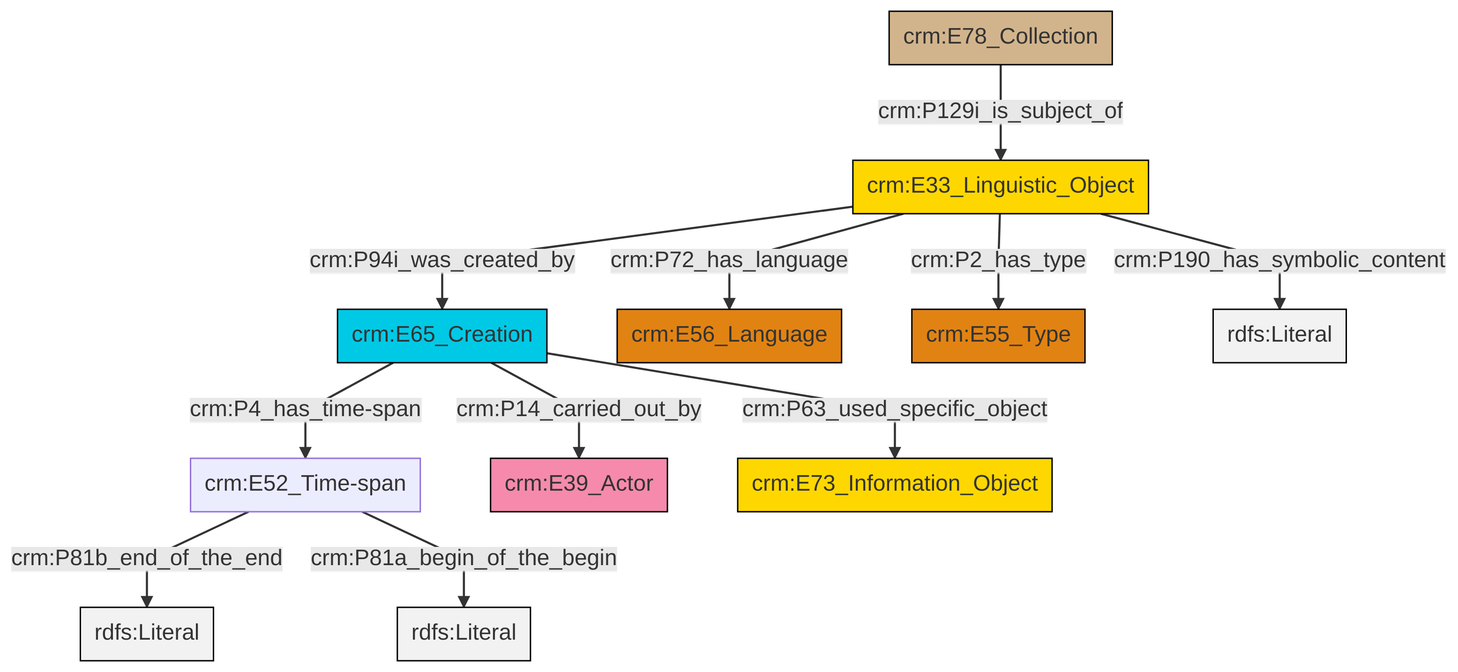
swiss-art-research-net/docs.swissartresearch keeps this Mermaid diagram as et/archivalCSV/ttl/mmd/png/archival_desc.png. Above is the earlier version. Its source is kept beside it as et/archivalCSV/ttl/mmd/archival_desc.ttl.mmd.
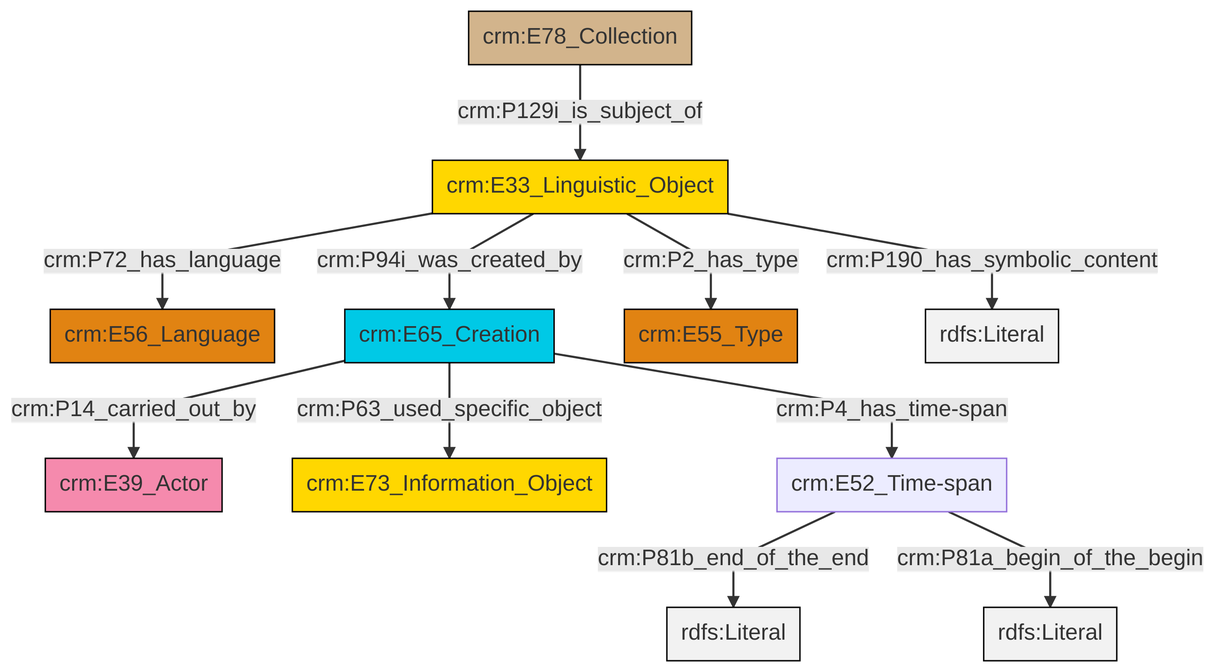
After the commit.

What changed in the source:
```diff
@@ -13,13 +13,13 @@
 classDef PC_Classes fill:#4ce600, stroke:#000000;
 classDef Multi fill:#cccccc,stroke:#000000;
 
-2["crm:E65_Creation"]:::Temporal_Entity -->|crm:P14_carried_out_by| 3["crm:E39_Actor"]:::Actor
-2["crm:E65_Creation"]:::Temporal_Entity -->|crm:P63_used_specific_object| 4["crm:E73_Information_Object"]:::Conceptual_Object
-2["crm:E65_Creation"]:::Temporal_Entity -->|crm:P4_has_time-span| 0["crm:E52_Time-span"]:::Default
-6["crm:E78_Collection"]:::Physical_Thing -->|crm:P129i_is_subject_of| 7["crm:E33_Linguistic_Object"]:::Conceptual_Object
-7["crm:E33_Linguistic_Object"]:::Conceptual_Object -->|crm:P94i_was_created_by| 2["crm:E65_Creation"]:::Temporal_Entity
-7["crm:E33_Linguistic_Object"]:::Conceptual_Object -->|crm:P72_has_language| 8["crm:E56_Language"]:::Type
-7["crm:E33_Linguistic_Object"]:::Conceptual_Object -->|crm:P2_has_type| 11["crm:E55_Type"]:::Type
-0["crm:E52_Time-span"]:::Default -->|crm:P81b_end_of_the_end| 12[rdfs:Literal]:::Literal
-0["crm:E52_Time-span"]:::Default -->|crm:P81a_begin_of_the_begin| 17[rdfs:Literal]:::Literal
-7["crm:E33_Linguistic_Object"]:::Conceptual_Object -->|crm:P190_has_symbolic_content| 18[rdfs:Literal]:::Literal
+6["crm:E65_Creation"]:::Temporal_Entity -->|crm:P63_used_specific_object| 7["crm:E73_Information_Object"]:::Conceptual_Object
+12["crm:E33_Linguistic_Object"]:::Conceptual_Object -->|crm:P72_has_language| 2["crm:E56_Language"]:::Type
+12["crm:E33_Linguistic_Object"]:::Conceptual_Object -->|crm:P190_has_symbolic_content| 13[rdfs:Literal]:::Literal
+10["crm:E52_Time-span"]:::Default -->|crm:P81b_end_of_the_end| 14[rdfs:Literal]:::Literal
+12["crm:E33_Linguistic_Object"]:::Conceptual_Object -->|crm:P94i_was_created_by| 6["crm:E65_Creation"]:::Temporal_Entity
+4["crm:E78_Collection"]:::Physical_Thing -->|crm:P129i_is_subject_of| 12["crm:E33_Linguistic_Object"]:::Conceptual_Object
+6["crm:E65_Creation"]:::Temporal_Entity -->|crm:P14_carried_out_by| 0["crm:E39_Actor"]:::Actor
+6["crm:E65_Creation"]:::Temporal_Entity -->|crm:P4_has_time-span| 10["crm:E52_Time-span"]:::Default
+10["crm:E52_Time-span"]:::Default -->|crm:P81a_begin_of_the_begin| 18[rdfs:Literal]:::Literal
+12["crm:E33_Linguistic_Object"]:::Conceptual_Object -->|crm:P2_has_type| 8["crm:E55_Type"]:::Type
```
